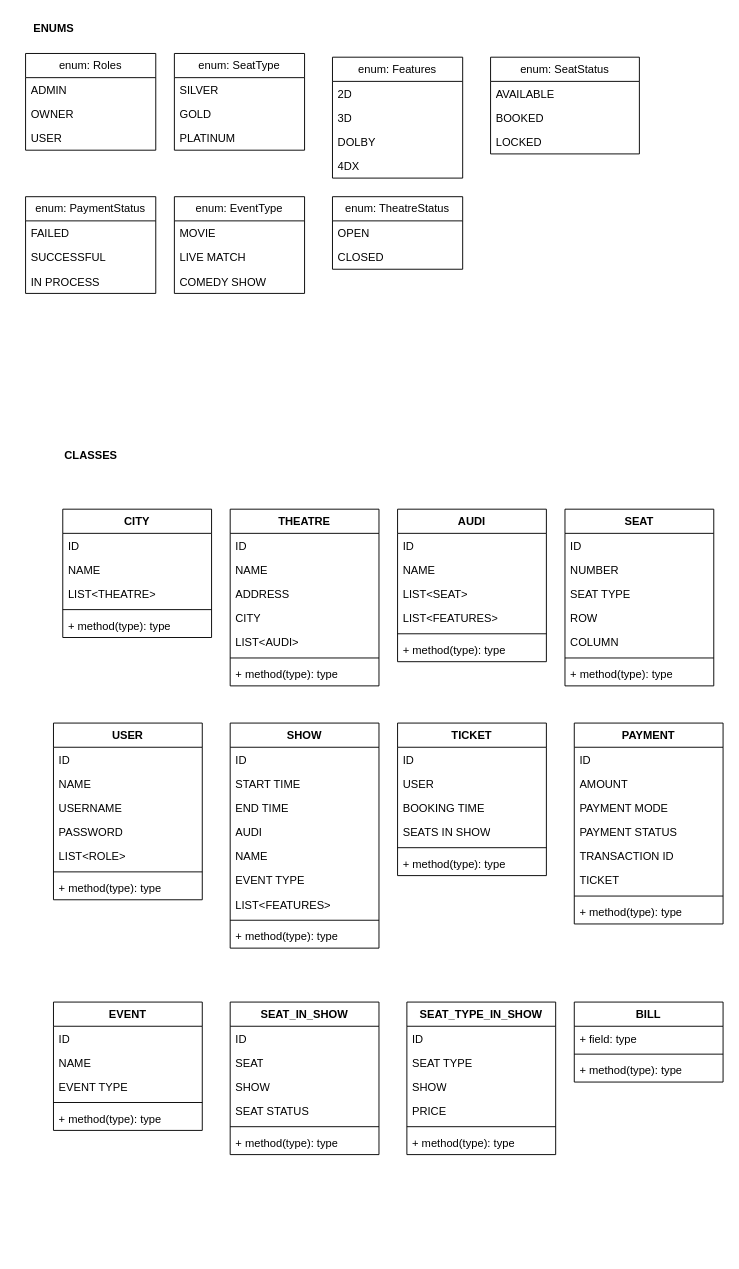
Above: BookMySHow.drawio in surajnaik90/Architectures-Designs (draw.io), before the change. Source tidied: cells renumbered, new cells numbered last; positions are measured from the earlier drawing's top-left corner, leaving out a move shared by most shapes. Both pictures are drawn from the tidied source at 93%, with x=0, y=0 at pixel (16, 16).
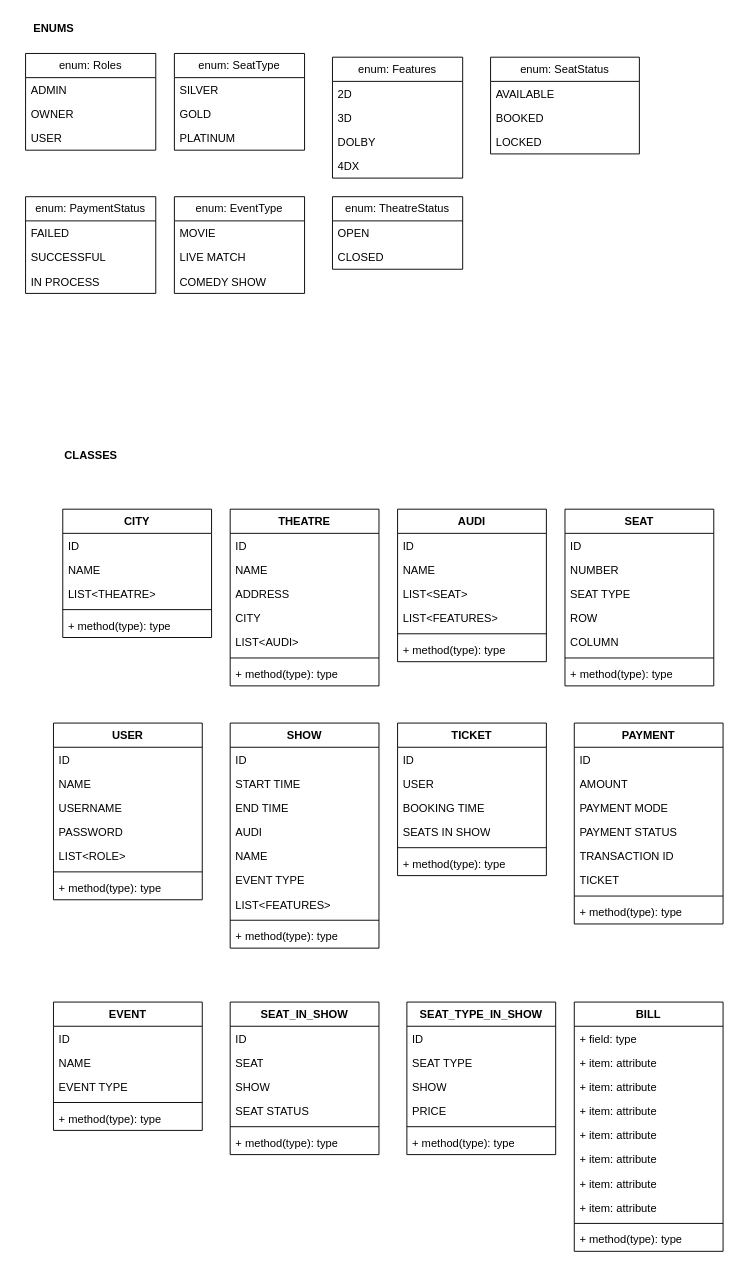
The same page after the edit.

The edit, as a diff of the source:
```diff
@@
     <mxCell id="95" value="BILL" style="swimlane;fontStyle=1;align=center;verticalAlign=top;horizontal=1;startSize=26;whiteSpace=wrap;html=1;" parent="1" vertex="1">
-      <mxGeometry x="600" y="1060" width="160" height="86" as="geometry" />
+      <mxGeometry x="600" y="1060" width="160" height="268" as="geometry" />
     </mxCell>
@@
+    <mxCell id="119" value="+ item: attribute" style="text;strokeColor=none;fillColor=none;align=left;verticalAlign=top;spacingLeft=4;spacingRight=4;overflow=hidden;whiteSpace=wrap;html=1;" parent="95" vertex="1">
+      <mxGeometry y="52" width="160" height="26" as="geometry" />
+    </mxCell>
+    <mxCell id="120" value="+ item: attribute" style="text;strokeColor=none;fillColor=none;align=left;verticalAlign=top;spacingLeft=4;spacingRight=4;overflow=hidden;whiteSpace=wrap;html=1;" parent="95" vertex="1">
+      <mxGeometry y="78" width="160" height="26" as="geometry" />
+    </mxCell>
+    <mxCell id="121" value="+ item: attribute" style="text;strokeColor=none;fillColor=none;align=left;verticalAlign=top;spacingLeft=4;spacingRight=4;overflow=hidden;whiteSpace=wrap;html=1;" parent="95" vertex="1">
+      <mxGeometry y="104" width="160" height="26" as="geometry" />
+    </mxCell>
+    <mxCell id="122" value="+ item: attribute" style="text;strokeColor=none;fillColor=none;align=left;verticalAlign=top;spacingLeft=4;spacingRight=4;overflow=hidden;whiteSpace=wrap;html=1;" parent="95" vertex="1">
+      <mxGeometry y="130" width="160" height="26" as="geometry" />
+    </mxCell>
+    <mxCell id="123" value="+ item: attribute" style="text;strokeColor=none;fillColor=none;align=left;verticalAlign=top;spacingLeft=4;spacingRight=4;overflow=hidden;whiteSpace=wrap;html=1;" parent="95" vertex="1">
+      <mxGeometry y="156" width="160" height="26" as="geometry" />
+    </mxCell>
+    <mxCell id="124" value="+ item: attribute" style="text;strokeColor=none;fillColor=none;align=left;verticalAlign=top;spacingLeft=4;spacingRight=4;overflow=hidden;whiteSpace=wrap;html=1;" parent="95" vertex="1">
+      <mxGeometry y="182" width="160" height="26" as="geometry" />
+    </mxCell>
+    <mxCell id="125" value="+ item: attribute" style="text;strokeColor=none;fillColor=none;align=left;verticalAlign=top;spacingLeft=4;spacingRight=4;overflow=hidden;whiteSpace=wrap;html=1;" parent="95" vertex="1">
+      <mxGeometry y="208" width="160" height="26" as="geometry" />
+    </mxCell>
     <mxCell id="97" style="line;strokeWidth=1;fillColor=none;align=left;verticalAlign=middle;spacingTop=-1;spacingLeft=3;spacingRight=3;labelPosition=right;strokeColor=inherit;" parent="95" vertex="1">
-      <mxGeometry y="52" width="160" height="8" as="geometry" />
+      <mxGeometry y="234" width="160" height="8" as="geometry" />
     </mxCell>
     <mxCell id="98" value="+ method(type): type" style="text;strokeColor=none;fillColor=none;align=left;verticalAlign=top;spacingLeft=4;spacingRight=4;overflow=hidden;whiteSpace=wrap;html=1;" parent="95" vertex="1">
-      <mxGeometry y="60" width="160" height="26" as="geometry" />
+      <mxGeometry y="242" width="160" height="26" as="geometry" />
     </mxCell>
```
